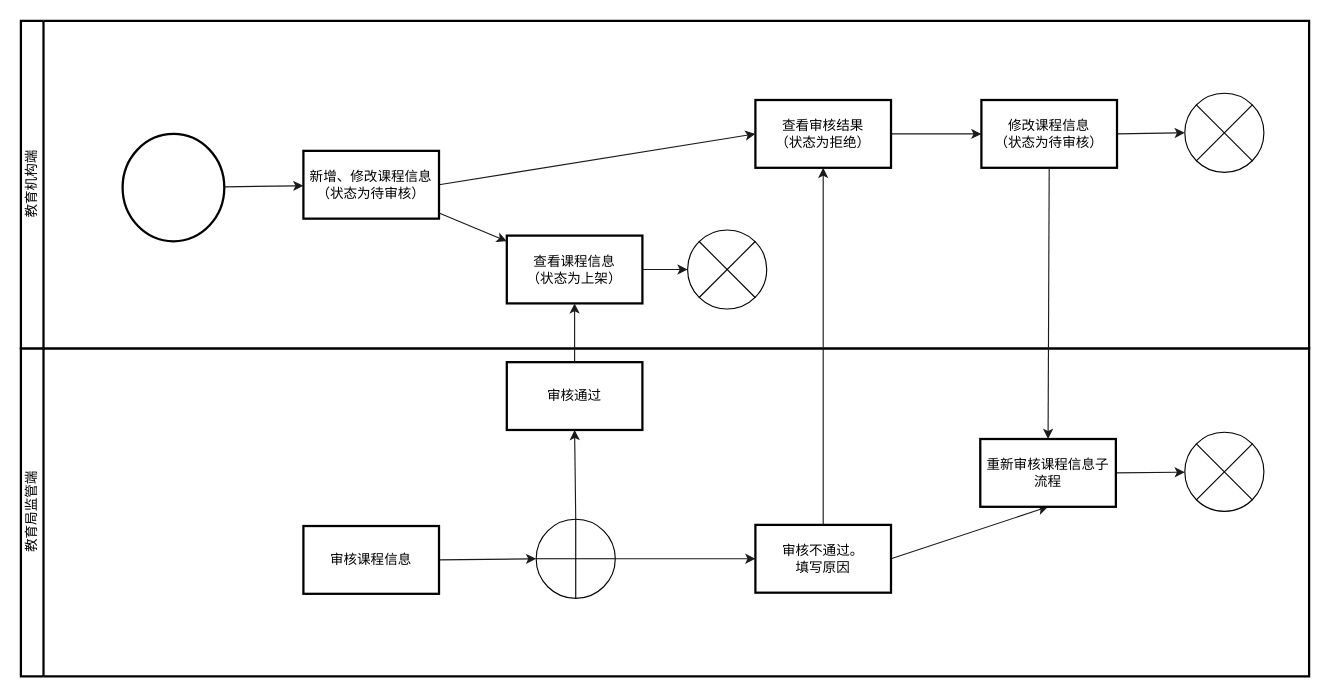
cuitaocrazy/supervision keeps this draw.io diagram as page "课程管理" (1 of 4) of docs/资金监管平台流程图.drawio. Above is the earlier version. Source tidied: cells renumbered, new cells numbered last; positions are measured from the earlier drawing's top-left corner, leaving out a move shared by most shapes. Both pictures are drawn from the tidied source at 113%, with x=0, y=0 at pixel (20, 20).
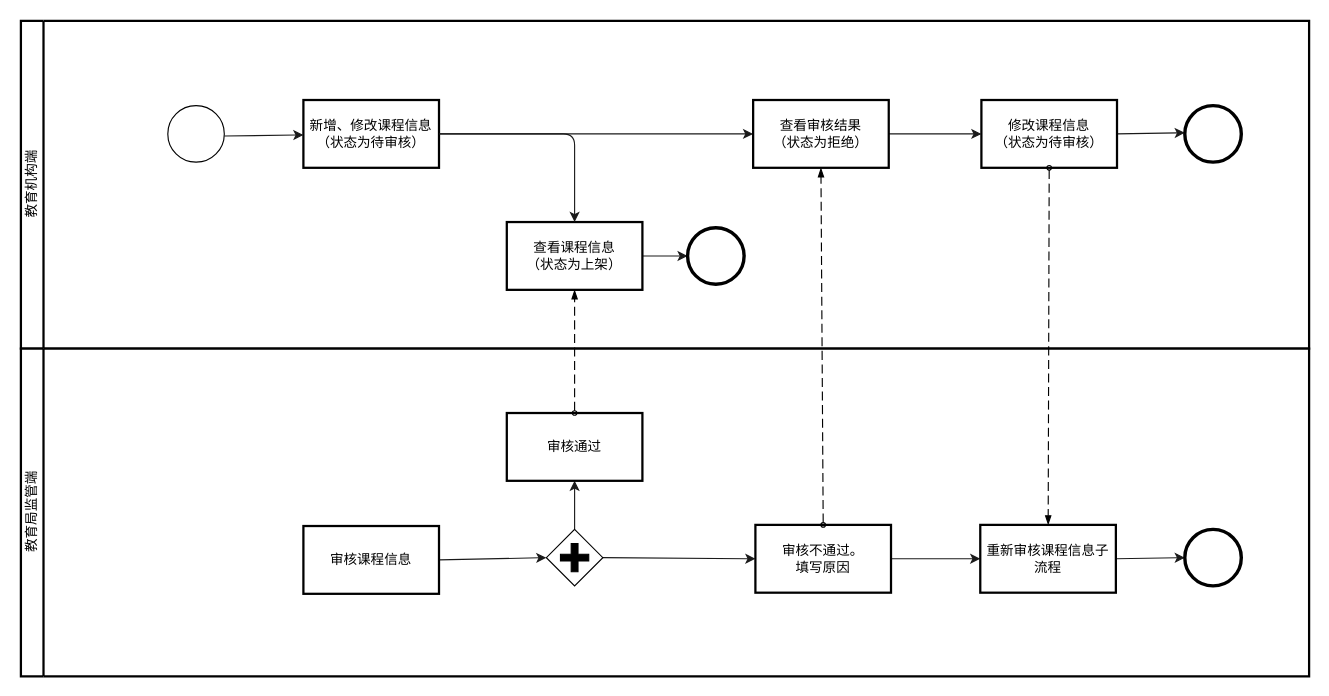
The same page after the edit.

The change refers to these unchanged cells:
```xml
<mxCell id="2" value="教育机构端" style="swimlane;html=1;startSize=20;fontStyle=0;horizontal=0;swimlaneLine=1;swimlaneFillColor=#ffffff;strokeWidth=2;" parent="1" vertex="1">
  <mxGeometry width="1140" height="290" as="geometry" />
</mxCell>
<mxCell id="13" value="修改课程信息&lt;br&gt;（状态为待审核）" style="whiteSpace=wrap;html=1;strokeWidth=2;" parent="2" vertex="1">
  <mxGeometry x="850" y="70" width="120" height="60" as="geometry" />
</mxCell>
<mxCell id="16" value="教育局监管端" style="swimlane;html=1;startSize=20;fontStyle=0;horizontal=0;swimlaneLine=1;swimlaneFillColor=#ffffff;strokeWidth=2;" parent="1" vertex="1">
  <mxGeometry y="290" width="1140" height="290" as="geometry" />
</mxCell>
<mxCell id="18" value="审核课程信息" style="whiteSpace=wrap;html=1;strokeWidth=2;" parent="16" vertex="1">
  <mxGeometry x="250" y="157" width="120" height="60" as="geometry" />
</mxCell>
<mxCell id="24" value="审核不通过。&lt;br&gt;填写原因" style="whiteSpace=wrap;html=1;strokeWidth=2;" parent="16" vertex="1">
  <mxGeometry x="650" y="156" width="120" height="60" as="geometry" />
</mxCell>
```

The edit, as a diff of the source:
```diff
@@
-    <mxCell id="3" style="edgeStyle=none;html=1;strokeColor=#1A1A1A;" parent="2" edge="1" source="4" target="6">
-      <mxGeometry relative="1" as="geometry" />
+    <mxCell id="3" style="edgeStyle=none;html=1;strokeColor=#1A1A1A;" parent="2" edge="1" target="6">
+      <mxGeometry relative="1" as="geometry">
+        <mxPoint x="180" y="101.9" as="sourcePoint" />
+      </mxGeometry>
     </mxCell>
-    <mxCell id="4" style="strokeWidth=2;html=1;shape=mxgraph.flowchart.start_2;whiteSpace=wrap;" parent="2" vertex="1">
-      <mxGeometry x="90" y="100" width="90" height="95" as="geometry" />
-    </mxCell>
-    <mxCell id="5" style="edgeStyle=none;html=1;exitX=1;exitY=0.5;exitDx=0;exitDy=0;entryX=0;entryY=0.5;entryDx=0;entryDy=0;strokeColor=#1A1A1A;" parent="2" edge="1" source="6" target="11">
+    <mxCell id="5" style="edgeStyle=orthogonalEdgeStyle;html=1;exitX=1;exitY=0.5;exitDx=0;exitDy=0;entryX=0;entryY=0.5;entryDx=0;entryDy=0;strokeColor=#1A1A1A;" parent="2" edge="1" source="6" target="11">
       <mxGeometry relative="1" as="geometry" />
     </mxCell>
     <mxCell id="6" value="新增、修改课程信息&lt;br&gt;（状态为待审核）" style="whiteSpace=wrap;html=1;strokeWidth=2;" parent="2" vertex="1">
-      <mxGeometry x="250" y="115" width="120" height="60" as="geometry" />
+      <mxGeometry x="250" y="70" width="120" height="60" as="geometry" />
     </mxCell>
-    <mxCell id="7" style="edgeStyle=none;html=1;exitX=1;exitY=0.5;exitDx=0;exitDy=0;entryX=0;entryY=0.5;entryDx=0;entryDy=0;entryPerimeter=0;strokeColor=#1A1A1A;" parent="2" edge="1" source="8" target="15">
-      <mxGeometry relative="1" as="geometry" />
+    <mxCell id="7" style="edgeStyle=none;html=1;exitX=1;exitY=0.5;exitDx=0;exitDy=0;entryX=0;entryY=0.5;entryDx=0;entryDy=0;entryPerimeter=0;strokeColor=#1A1A1A;" parent="2" edge="1" source="8">
+      <mxGeometry relative="1" as="geometry">
+        <mxPoint x="590" y="208" as="targetPoint" />
+      </mxGeometry>
     </mxCell>
     <mxCell id="8" value="查看课程信息&lt;br&gt;（状态为上架）" style="whiteSpace=wrap;html=1;strokeWidth=2;" parent="2" vertex="1">
-      <mxGeometry x="430" y="190" width="120" height="60" as="geometry" />
+      <mxGeometry x="430" y="178" width="120" height="60" as="geometry" />
     </mxCell>
-    <mxCell id="9" style="edgeStyle=none;html=1;strokeColor=#1A1A1A;" parent="2" edge="1" source="6" target="8">
+    <mxCell id="9" style="edgeStyle=orthogonalEdgeStyle;html=1;strokeColor=#1A1A1A;" parent="2" edge="1" source="6" target="8">
       <mxGeometry relative="1" as="geometry" />
     </mxCell>
@@
     <mxCell id="11" value="查看审核结果&lt;br&gt;（状态为拒绝）" style="whiteSpace=wrap;html=1;strokeWidth=2;" parent="2" vertex="1">
-      <mxGeometry x="650" y="70" width="120" height="60" as="geometry" />
+      <mxGeometry x="648" y="70" width="120" height="60" as="geometry" />
     </mxCell>
-    <mxCell id="12" style="edgeStyle=none;html=1;exitX=1;exitY=0.5;exitDx=0;exitDy=0;entryX=0;entryY=0.5;entryDx=0;entryDy=0;entryPerimeter=0;strokeColor=#1A1A1A;" parent="2" edge="1" source="13" target="14">
-      <mxGeometry relative="1" as="geometry" />
+    <mxCell id="12" style="edgeStyle=none;html=1;exitX=1;exitY=0.5;exitDx=0;exitDy=0;entryX=0;entryY=0.5;entryDx=0;entryDy=0;entryPerimeter=0;strokeColor=#1A1A1A;" parent="2" edge="1" source="13">
+      <mxGeometry relative="1" as="geometry">
+        <mxPoint x="1030" y="99" as="targetPoint" />
+      </mxGeometry>
     </mxCell>
@@
-    <mxCell id="14" style="verticalLabelPosition=bottom;verticalAlign=top;html=1;shape=mxgraph.flowchart.or;" parent="2" vertex="1">
-      <mxGeometry x="1030" y="64" width="70" height="70" as="geometry" />
-    </mxCell>
-    <mxCell id="15" style="verticalLabelPosition=bottom;verticalAlign=top;html=1;shape=mxgraph.flowchart.or;" parent="2" vertex="1">
-      <mxGeometry x="590" y="185" width="70" height="70" as="geometry" />
-    </mxCell>
+    <mxCell id="31" style="shape=mxgraph.bpmn.event;html=1;verticalLabelPosition=bottom;labelBackgroundColor=#ffffff;verticalAlign=top;align=center;perimeter=ellipsePerimeter;outline=standard;symbol=general;" parent="2" vertex="1">
+      <mxGeometry x="130" y="75" width="50" height="50" as="geometry" />
+    </mxCell>
+    <mxCell id="32" style="shape=mxgraph.bpmn.event;html=1;verticalLabelPosition=bottom;labelBackgroundColor=#ffffff;verticalAlign=top;align=center;perimeter=ellipsePerimeter;outline=end;symbol=terminate2;" parent="2" vertex="1">
+      <mxGeometry x="590" y="183" width="50" height="50" as="geometry" />
+    </mxCell>
+    <mxCell id="33" style="shape=mxgraph.bpmn.event;html=1;verticalLabelPosition=bottom;labelBackgroundColor=#ffffff;verticalAlign=top;align=center;perimeter=ellipsePerimeter;outline=end;symbol=terminate2;" parent="2" vertex="1">
+      <mxGeometry x="1030" y="75" width="50" height="50" as="geometry" />
+    </mxCell>
@@
-    <mxCell id="17" style="edgeStyle=none;html=1;exitX=1;exitY=0.5;exitDx=0;exitDy=0;entryX=0;entryY=0.5;entryDx=0;entryDy=0;entryPerimeter=0;strokeColor=#1A1A1A;" parent="16" edge="1" source="18" target="21">
+    <mxCell id="17" style="edgeStyle=none;html=1;exitX=1;exitY=0.5;exitDx=0;exitDy=0;entryX=0;entryY=0.5;entryDx=0;entryDy=0;entryPerimeter=0;strokeColor=#1A1A1A;" parent="16" edge="1" source="18" target="35">
       <mxGeometry relative="1" as="geometry" />
     </mxCell>
@@
-    <mxCell id="19" style="edgeStyle=none;html=1;exitX=0.5;exitY=0;exitDx=0;exitDy=0;exitPerimeter=0;entryX=0.5;entryY=1;entryDx=0;entryDy=0;strokeColor=#1A1A1A;" parent="16" edge="1" source="21" target="22">
+    <mxCell id="19" style="edgeStyle=none;html=1;exitX=0.5;exitY=0;exitDx=0;exitDy=0;exitPerimeter=0;entryX=0.5;entryY=1;entryDx=0;entryDy=0;strokeColor=#1A1A1A;" parent="16" edge="1" source="35" target="22">
       <mxGeometry relative="1" as="geometry" />
     </mxCell>
-    <mxCell id="20" style="edgeStyle=none;html=1;exitX=1;exitY=0.5;exitDx=0;exitDy=0;exitPerimeter=0;entryX=0;entryY=0.5;entryDx=0;entryDy=0;strokeColor=#1A1A1A;" parent="16" edge="1" source="21" target="24">
+    <mxCell id="20" style="edgeStyle=none;html=1;exitX=1;exitY=0.5;exitDx=0;exitDy=0;exitPerimeter=0;entryX=0;entryY=0.5;entryDx=0;entryDy=0;strokeColor=#1A1A1A;" parent="16" edge="1" source="35" target="24">
       <mxGeometry relative="1" as="geometry" />
     </mxCell>
-    <mxCell id="21" style="verticalLabelPosition=bottom;verticalAlign=top;html=1;shape=mxgraph.flowchart.summing_function;" parent="16" vertex="1">
-      <mxGeometry x="456" y="151" width="70" height="70" as="geometry" />
-    </mxCell>
     <mxCell id="22" value="审核通过" style="whiteSpace=wrap;html=1;strokeWidth=2;" parent="16" vertex="1">
-      <mxGeometry x="430" y="12" width="120" height="60" as="geometry" />
+      <mxGeometry x="430" y="57" width="120" height="60" as="geometry" />
     </mxCell>
-    <mxCell id="23" style="edgeStyle=none;html=1;exitX=1;exitY=0.5;exitDx=0;exitDy=0;entryX=0.5;entryY=1;entryDx=0;entryDy=0;strokeColor=#1A1A1A;" parent="16" edge="1" source="24" target="26">
+    <mxCell id="23" style="edgeStyle=orthogonalEdgeStyle;html=1;exitX=1;exitY=0.5;exitDx=0;exitDy=0;strokeColor=#1A1A1A;" parent="16" edge="1" source="24" target="26">
       <mxGeometry relative="1" as="geometry" />
     </mxCell>
@@
-    <mxCell id="25" style="edgeStyle=none;html=1;exitX=1;exitY=0.5;exitDx=0;exitDy=0;strokeColor=#1A1A1A;" parent="16" edge="1" source="26" target="27">
+    <mxCell id="25" style="edgeStyle=none;html=1;exitX=1;exitY=0.5;exitDx=0;exitDy=0;strokeColor=#1A1A1A;entryX=0;entryY=0.5;entryDx=0;entryDy=0;entryPerimeter=0;" parent="16" edge="1" source="26" target="34">
       <mxGeometry relative="1" as="geometry" />
     </mxCell>
     <mxCell id="26" value="重新审核课程信息子流程" style="whiteSpace=wrap;html=1;strokeWidth=2;" parent="16" vertex="1">
-      <mxGeometry x="849" y="80" width="120" height="60" as="geometry" />
+      <mxGeometry x="849" y="156" width="120" height="60" as="geometry" />
     </mxCell>
-    <mxCell id="27" style="verticalLabelPosition=bottom;verticalAlign=top;html=1;shape=mxgraph.flowchart.or;" parent="16" vertex="1">
-      <mxGeometry x="1030" y="74" width="70" height="70" as="geometry" />
-    </mxCell>
+    <mxCell id="34" style="points=[[0.145,0.145,0],[0.5,0,0],[0.855,0.145,0],[1,0.5,0],[0.855,0.855,0],[0.5,1,0],[0.145,0.855,0],[0,0.5,0]];shape=mxgraph.bpmn.event;html=1;verticalLabelPosition=bottom;labelBackgroundColor=#ffffff;verticalAlign=top;align=center;perimeter=ellipsePerimeter;outlineConnect=0;outline=end;symbol=terminate2;" parent="16" vertex="1">
+      <mxGeometry x="1030" y="160" width="50" height="50" as="geometry" />
+    </mxCell>
+    <mxCell id="35" style="points=[[0.25,0.25,0],[0.5,0,0],[0.75,0.25,0],[1,0.5,0],[0.75,0.75,0],[0.5,1,0],[0.25,0.75,0],[0,0.5,0]];shape=mxgraph.bpmn.gateway2;html=1;verticalLabelPosition=bottom;labelBackgroundColor=#ffffff;verticalAlign=top;align=center;perimeter=rhombusPerimeter;outlineConnect=0;outline=none;symbol=none;gwType=parallel;" parent="16" vertex="1">
+      <mxGeometry x="465" y="160" width="50" height="50" as="geometry" />
+    </mxCell>
+    <mxCell id="30" style="dashed=1;dashPattern=8 4;endArrow=blockThin;endFill=1;startArrow=oval;startFill=0;endSize=6;startSize=4;rounded=0;exitX=0.5;exitY=0;exitDx=0;exitDy=0;entryX=0.5;entryY=1;entryDx=0;entryDy=0;" parent="1" edge="1" source="24" target="11">
+      <mxGeometry relative="1" as="geometry" />
+    </mxCell>
-    <mxCell id="28" style="edgeStyle=none;html=1;exitX=0.5;exitY=1;exitDx=0;exitDy=0;entryX=0.5;entryY=0;entryDx=0;entryDy=0;strokeColor=#1A1A1A;" parent="1" edge="1" source="13" target="26">
+    <mxCell id="28" style="dashed=1;dashPattern=8 4;endArrow=blockThin;endFill=1;startArrow=oval;startFill=0;endSize=6;startSize=4;rounded=0;exitX=0.5;exitY=1;exitDx=0;exitDy=0;" parent="1" edge="1" source="13" target="26">
       <mxGeometry relative="1" as="geometry" />
     </mxCell>
-    <mxCell id="29" style="edgeStyle=none;html=1;exitX=0.5;exitY=0;exitDx=0;exitDy=0;entryX=0.5;entryY=1;entryDx=0;entryDy=0;strokeColor=#1A1A1A;" parent="1" edge="1" source="22" target="8">
+    <mxCell id="29" style="dashed=1;dashPattern=8 4;endArrow=blockThin;endFill=1;startArrow=oval;startFill=0;endSize=6;startSize=4;rounded=0;exitX=0.5;exitY=0;exitDx=0;exitDy=0;" parent="1" edge="1" source="22" target="8">
       <mxGeometry relative="1" as="geometry" />
     </mxCell>
-    <mxCell id="30" style="edgeStyle=none;html=1;exitX=0.5;exitY=0;exitDx=0;exitDy=0;strokeColor=#1A1A1A;entryX=0.5;entryY=1;entryDx=0;entryDy=0;" parent="1" edge="1" source="24" target="11">
-      <mxGeometry relative="1" as="geometry" />
-    </mxCell>
```
